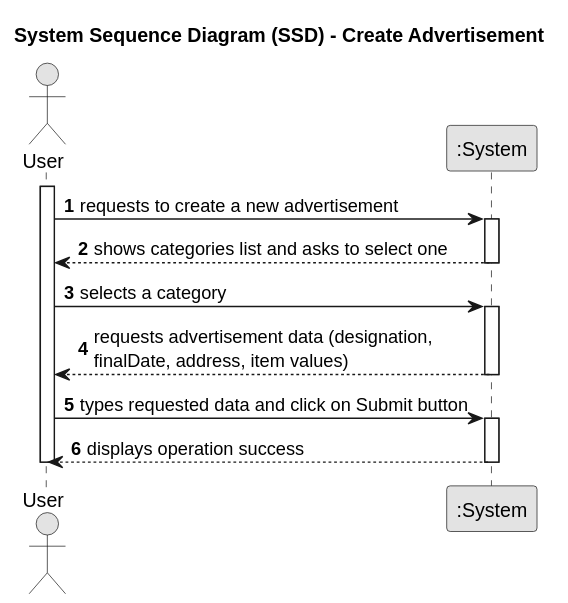
Before: Docs/US07/01-requirements-engineering/US07-SSD.svg, a diagram exported from PlantUML (vivianeaalmeida/ComeAndGet). Source of this version:
```plantuml
@startuml
skinparam monochrome true
skinparam packageStyle rectangle
skinparam shadowing false

title System Sequence Diagram (SSD) - Create Advertisement

autonumber

actor "User" as User
participant ":System" as System

activate User

    User -> System : requests to create a new advertisement
        activate System

            System --> User : shows categories list and asks to select one
        deactivate System

        User -> System : selects a category
        activate System

            System --> User : requests advertisement data (designation, \nfinalDate, address, item values)
        deactivate System

        User -> System : types requested data and click on Submit button
        activate System

            System --> User : displays operation success
        deactivate System

deactivate User
@enduml
```
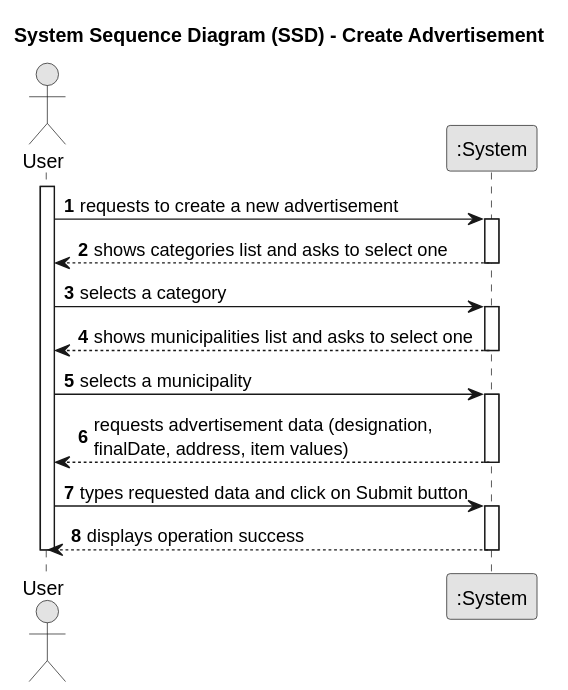
The same file after the commit.

Commit message:
[Docs] Update US07 and US13 sequence diagrams

What changed in the source:
```diff
@@ -21,6 +21,12 @@
         User -> System : selects a category
         activate System
 
+            System --> User : shows municipalities list and asks to select one
+        deactivate System
+
+        User -> System : selects a municipality
+        activate System
+
             System --> User : requests advertisement data (designation, \nfinalDate, address, item values)
         deactivate System
 
```
